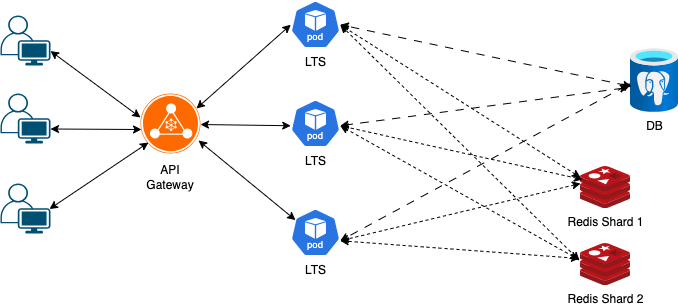
Above: docs/architecture.png in huyvo27/location-tracking-service (draw.io), before the change. Source tidied: cells renumbered, new cells last; positions are measured from the earlier drawing's top-left corner, leaving out a move shared by most shapes.
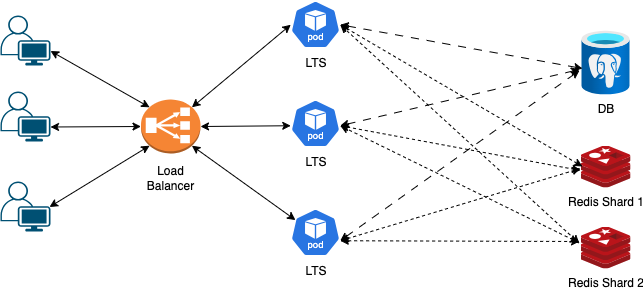
Later version of the same file.

Diff of the diagram source:
```diff
@@ -3,66 +3,62 @@
     <mxCell id="0" />
     <mxCell id="1" parent="0" />
     <mxCell id="2" value="Redis Shard 1" style="image;sketch=0;html=1;points=[];align=center;fontSize=12;image=img/lib/mscae/Cache_Redis_Product.svg;" parent="1" vertex="1">
-      <mxGeometry x="580" y="166" width="50" height="42" as="geometry" />
+      <mxGeometry x="580" y="145" width="50" height="42" as="geometry" />
     </mxCell>
     <mxCell id="3" value="DB" style="image;html=1;points=[];align=center;fontSize=12;image=img/lib/azure2/databases/Azure_Database_PostgreSQL_Server.svg;" parent="1" vertex="1">
-      <mxGeometry x="630" y="48" width="48" height="64" as="geometry" />
+      <mxGeometry x="581" y="30" width="48" height="64" as="geometry" />
     </mxCell>
     <mxCell id="4" value="Redis Shard 2" style="image;sketch=0;html=1;points=[];align=center;fontSize=12;image=img/lib/mscae/Cache_Redis_Product.svg;" parent="1" vertex="1">
-      <mxGeometry x="580" y="243" width="50" height="42" as="geometry" />
+      <mxGeometry x="580" y="226" width="50" height="42" as="geometry" />
     </mxCell>
     <mxCell id="5" style="points=[[0.35,0,0],[0.98,0.51,0],[1,0.71,0],[0.67,1,0],[0,0.795,0],[0,0.65,0]];verticalLabelPosition=bottom;sketch=0;html=1;verticalAlign=top;align=center;shape=mxgraph.cisco19.user;fillColor=#005073;strokeColor=none;" parent="1" vertex="1">
-      <mxGeometry y="93" width="50" height="50" as="geometry" />
+      <mxGeometry y="91" width="50" height="50" as="geometry" />
     </mxCell>
     <mxCell id="6" style="points=[[0.35,0,0],[0.98,0.51,0],[1,0.71,0],[0.67,1,0],[0,0.795,0],[0,0.65,0]];verticalLabelPosition=bottom;sketch=0;html=1;verticalAlign=top;align=center;shape=mxgraph.cisco19.user;fillColor=#005073;strokeColor=none;" parent="1" vertex="1">
       <mxGeometry y="15" width="50" height="50" as="geometry" />
     </mxCell>
     <mxCell id="7" style="points=[[0.35,0,0],[0.98,0.51,0],[1,0.71,0],[0.67,1,0],[0,0.795,0],[0,0.65,0]];verticalLabelPosition=bottom;sketch=0;html=1;verticalAlign=top;align=center;shape=mxgraph.cisco19.user;fillColor=#005073;strokeColor=none;" parent="1" vertex="1">
-      <mxGeometry y="183" width="50" height="50" as="geometry" />
+      <mxGeometry y="181" width="50" height="50" as="geometry" />
     </mxCell>
-    <mxCell id="8" style="points=[];html=1;align=center;shadow=0;dashed=0;fillColor=#FF6A00;strokeColor=none;shape=mxgraph.alibaba_cloud.nlb_network_load_balancer_02;" parent="1" vertex="1">
-      <mxGeometry x="140" y="93" width="60" height="60" as="geometry" />
-    </mxCell>
-    <mxCell id="9" value="API Gateway" style="text;html=1;align=center;verticalAlign=middle;whiteSpace=wrap;rounded=0;" parent="1" vertex="1">
+    <mxCell id="9" value="Load Balancer" style="text;html=1;align=center;verticalAlign=middle;whiteSpace=wrap;rounded=0;" parent="1" vertex="1">
       <mxGeometry x="140" y="162" width="60" height="30" as="geometry" />
     </mxCell>
-    <mxCell id="10" style="endArrow=classic;startArrow=classic;html=1;rounded=0;entryX=0;entryY=0.4;entryDx=0;entryDy=0;entryPerimeter=0;exitX=1;exitY=0.71;exitDx=0;exitDy=0;exitPerimeter=0;" parent="1" edge="1" source="6" target="8">
+    <mxCell id="10" style="endArrow=classic;startArrow=classic;html=1;rounded=0;entryX=0.145;entryY=0.145;entryDx=0;entryDy=0;entryPerimeter=0;exitX=1;exitY=0.71;exitDx=0;exitDy=0;exitPerimeter=0;" parent="1" edge="1" source="6" target="28">
       <mxGeometry relative="1" as="geometry" />
     </mxCell>
-    <mxCell id="11" style="endArrow=classic;startArrow=classic;html=1;rounded=0;entryX=0.133;entryY=0.817;entryDx=0;entryDy=0;entryPerimeter=0;exitX=0.98;exitY=0.51;exitDx=0;exitDy=0;exitPerimeter=0;" parent="1" edge="1" source="7" target="8">
+    <mxCell id="11" style="endArrow=classic;startArrow=classic;html=1;rounded=0;entryX=0.145;entryY=0.855;entryDx=0;entryDy=0;entryPerimeter=0;exitX=0.98;exitY=0.51;exitDx=0;exitDy=0;exitPerimeter=0;" parent="1" edge="1" source="7" target="28">
       <mxGeometry relative="1" as="geometry" />
     </mxCell>
-    <mxCell id="12" style="endArrow=classic;startArrow=classic;html=1;rounded=0;entryX=0.017;entryY=0.6;entryDx=0;entryDy=0;entryPerimeter=0;exitX=1;exitY=0.71;exitDx=0;exitDy=0;exitPerimeter=0;" parent="1" edge="1" source="5" target="8">
+    <mxCell id="12" style="endArrow=classic;startArrow=classic;html=1;rounded=0;entryX=0;entryY=0.5;entryDx=0;entryDy=0;entryPerimeter=0;exitX=1;exitY=0.71;exitDx=0;exitDy=0;exitPerimeter=0;" parent="1" edge="1" source="5" target="28">
       <mxGeometry relative="1" as="geometry" />
     </mxCell>
-    <mxCell id="13" style="endArrow=classic;startArrow=classic;html=1;rounded=0;entryX=0.933;entryY=0.25;entryDx=0;entryDy=0;entryPerimeter=0;exitX=0.005;exitY=0.63;exitDx=0;exitDy=0;exitPerimeter=0;" parent="1" edge="1" target="8">
+    <mxCell id="13" style="endArrow=classic;startArrow=classic;html=1;rounded=0;entryX=0.855;entryY=0.145;entryDx=0;entryDy=0;entryPerimeter=0;exitX=0.005;exitY=0.63;exitDx=0;exitDy=0;exitPerimeter=0;" parent="1" edge="1" target="28">
       <mxGeometry relative="1" as="geometry">
         <mxPoint x="290.2" y="24.2" as="sourcePoint" />
       </mxGeometry>
     </mxCell>
-    <mxCell id="14" style="endArrow=classic;startArrow=classic;html=1;rounded=0;entryX=1;entryY=0.517;entryDx=0;entryDy=0;entryPerimeter=0;exitX=0.005;exitY=0.63;exitDx=0;exitDy=0;exitPerimeter=0;" parent="1" edge="1" target="8">
+    <mxCell id="14" style="endArrow=classic;startArrow=classic;html=1;rounded=0;entryX=1;entryY=0.5;entryDx=0;entryDy=0;entryPerimeter=0;exitX=0.005;exitY=0.63;exitDx=0;exitDy=0;exitPerimeter=0;" parent="1" edge="1" target="28">
       <mxGeometry relative="1" as="geometry">
         <mxPoint x="290.2" y="125.2" as="sourcePoint" />
       </mxGeometry>
     </mxCell>
-    <mxCell id="15" style="endArrow=classic;startArrow=classic;html=1;rounded=0;entryX=0.967;entryY=0.783;entryDx=0;entryDy=0;entryPerimeter=0;exitX=0.1;exitY=0.2;exitDx=0;exitDy=0;exitPerimeter=0;" parent="1" edge="1" target="8">
+    <mxCell id="15" style="endArrow=classic;startArrow=classic;html=1;rounded=0;entryX=0.855;entryY=0.855;entryDx=0;entryDy=0;entryPerimeter=0;exitX=0.1;exitY=0.2;exitDx=0;exitDy=0;exitPerimeter=0;" parent="1" edge="1" target="28">
       <mxGeometry relative="1" as="geometry">
         <mxPoint x="295" y="219.6" as="sourcePoint" />
       </mxGeometry>
     </mxCell>
-    <mxCell id="16" style="endArrow=classic;startArrow=classic;html=1;rounded=0;entryX=0.995;entryY=0.63;entryDx=0;entryDy=0;entryPerimeter=0;exitX=0;exitY=0.262;exitDx=0;exitDy=0;exitPerimeter=0;dashed=1;" parent="1" edge="1" source="2">
+    <mxCell id="16" style="endArrow=classic;startArrow=classic;html=1;rounded=0;entryX=0.995;entryY=0.63;entryDx=0;entryDy=0;entryPerimeter=0;dashed=1;exitX=0.04;exitY=0.5;exitDx=0;exitDy=0;exitPerimeter=0;" parent="1" edge="1" source="2">
       <mxGeometry relative="1" as="geometry">
         <mxPoint x="339.8" y="24.2" as="targetPoint" />
       </mxGeometry>
     </mxCell>
-    <mxCell id="17" style="endArrow=classic;startArrow=classic;html=1;rounded=0;entryX=0.995;entryY=0.63;entryDx=0;entryDy=0;entryPerimeter=0;exitX=0.04;exitY=0.31;exitDx=0;exitDy=0;exitPerimeter=0;dashed=1;" parent="1" edge="1" source="2">
+    <mxCell id="17" style="endArrow=classic;startArrow=classic;html=1;rounded=0;entryX=0.995;entryY=0.63;entryDx=0;entryDy=0;entryPerimeter=0;dashed=1;exitX=0;exitY=0.595;exitDx=0;exitDy=0;exitPerimeter=0;" parent="1" edge="1" source="2">
       <mxGeometry relative="1" as="geometry">
         <mxPoint x="339.8" y="125.2" as="targetPoint" />
       </mxGeometry>
     </mxCell>
-    <mxCell id="18" style="endArrow=classic;startArrow=classic;html=1;rounded=0;entryX=0.995;entryY=0.63;entryDx=0;entryDy=0;entryPerimeter=0;dashed=1;" parent="1" edge="1">
+    <mxCell id="18" style="endArrow=classic;startArrow=classic;html=1;rounded=0;entryX=0.995;entryY=0.63;entryDx=0;entryDy=0;entryPerimeter=0;dashed=1;exitX=0;exitY=0.548;exitDx=0;exitDy=0;exitPerimeter=0;" parent="1" edge="1" source="2">
       <mxGeometry relative="1" as="geometry">
-        <mxPoint x="580" y="183" as="sourcePoint" />
         <mxPoint x="339.8" y="240.2" as="targetPoint" />
       </mxGeometry>
     </mxCell>
@@ -91,9 +87,8 @@
         <mxPoint x="339.8" y="125.2" as="targetPoint" />
       </mxGeometry>
     </mxCell>
-    <mxCell id="24" style="endArrow=classic;startArrow=classic;html=1;rounded=0;entryX=0.995;entryY=0.63;entryDx=0;entryDy=0;entryPerimeter=0;dashed=1;dashPattern=8 8;" parent="1" edge="1">
+    <mxCell id="24" style="endArrow=classic;startArrow=classic;html=1;rounded=0;entryX=0.995;entryY=0.63;entryDx=0;entryDy=0;entryPerimeter=0;dashed=1;dashPattern=8 8;exitX=-0.042;exitY=0.625;exitDx=0;exitDy=0;exitPerimeter=0;" parent="1" edge="1" source="3">
       <mxGeometry relative="1" as="geometry">
-        <mxPoint x="630" y="83" as="sourcePoint" />
         <mxPoint x="339.8" y="240.2" as="targetPoint" />
       </mxGeometry>
     </mxCell>
@@ -106,5 +101,8 @@
     <mxCell id="27" value="LTS" style="sketch=0;html=1;dashed=0;whitespace=wrap;verticalLabelPosition=bottom;verticalAlign=top;fillColor=#2875E2;strokeColor=#ffffff;shape=mxgraph.kubernetes.icon2;kubernetesLabel=1;prIcon=pod;" parent="1" vertex="1">
       <mxGeometry x="290" y="208" width="50" height="48" as="geometry" />
     </mxCell>
+    <mxCell id="28" style="outlineConnect=0;dashed=0;verticalLabelPosition=bottom;verticalAlign=top;align=center;html=1;shape=mxgraph.aws3.classic_load_balancer;fillColor=#F58534;gradientColor=none;" parent="1" vertex="1">
+      <mxGeometry x="140.5" y="99" width="59.5" height="54" as="geometry" />
+    </mxCell>
   </root>
 </mxGraphModel>
```
